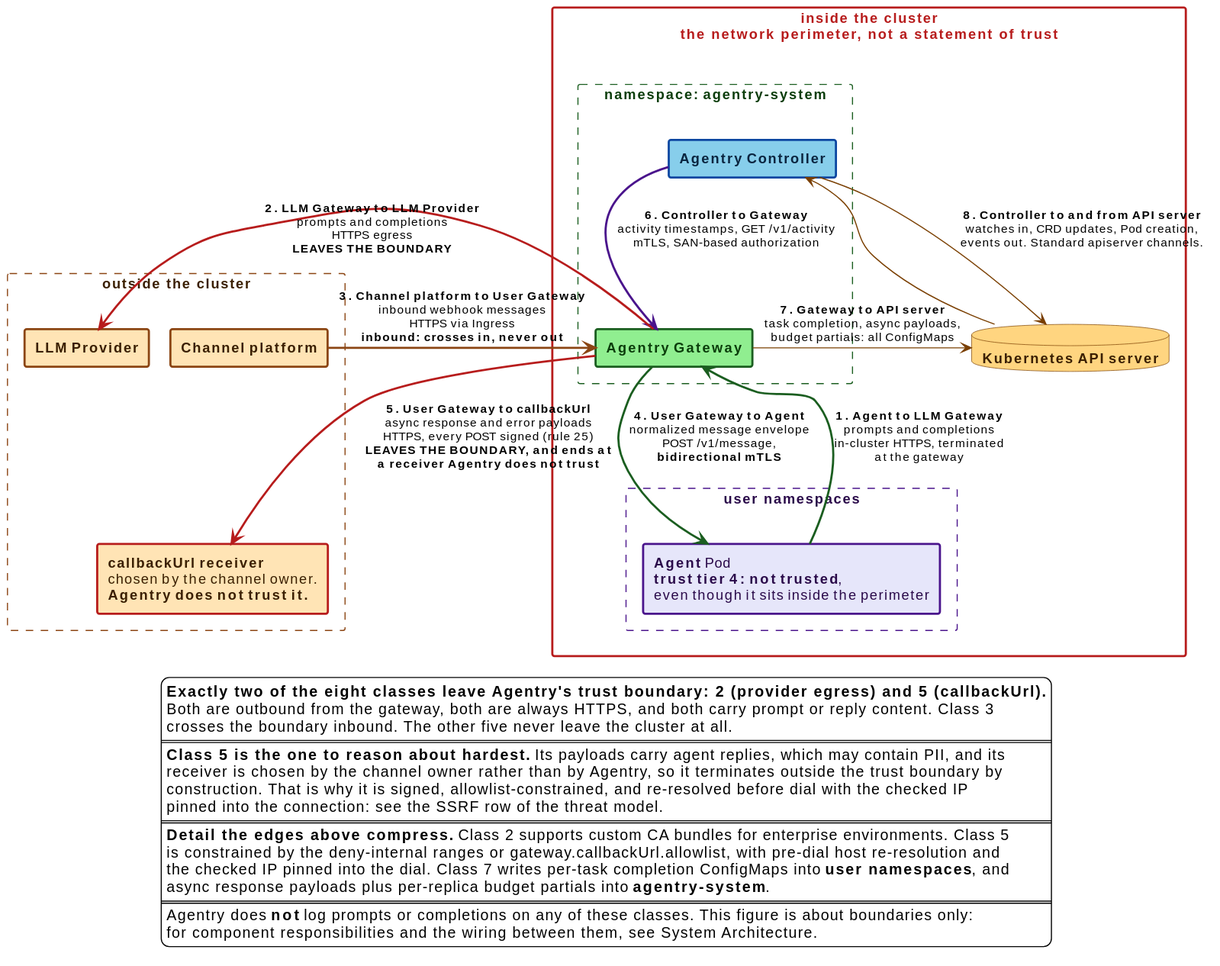
win07xp/kaalm keeps this PlantUML diagram as docs/src/diagrams/trust-boundaries.svg. Above is the earlier version.
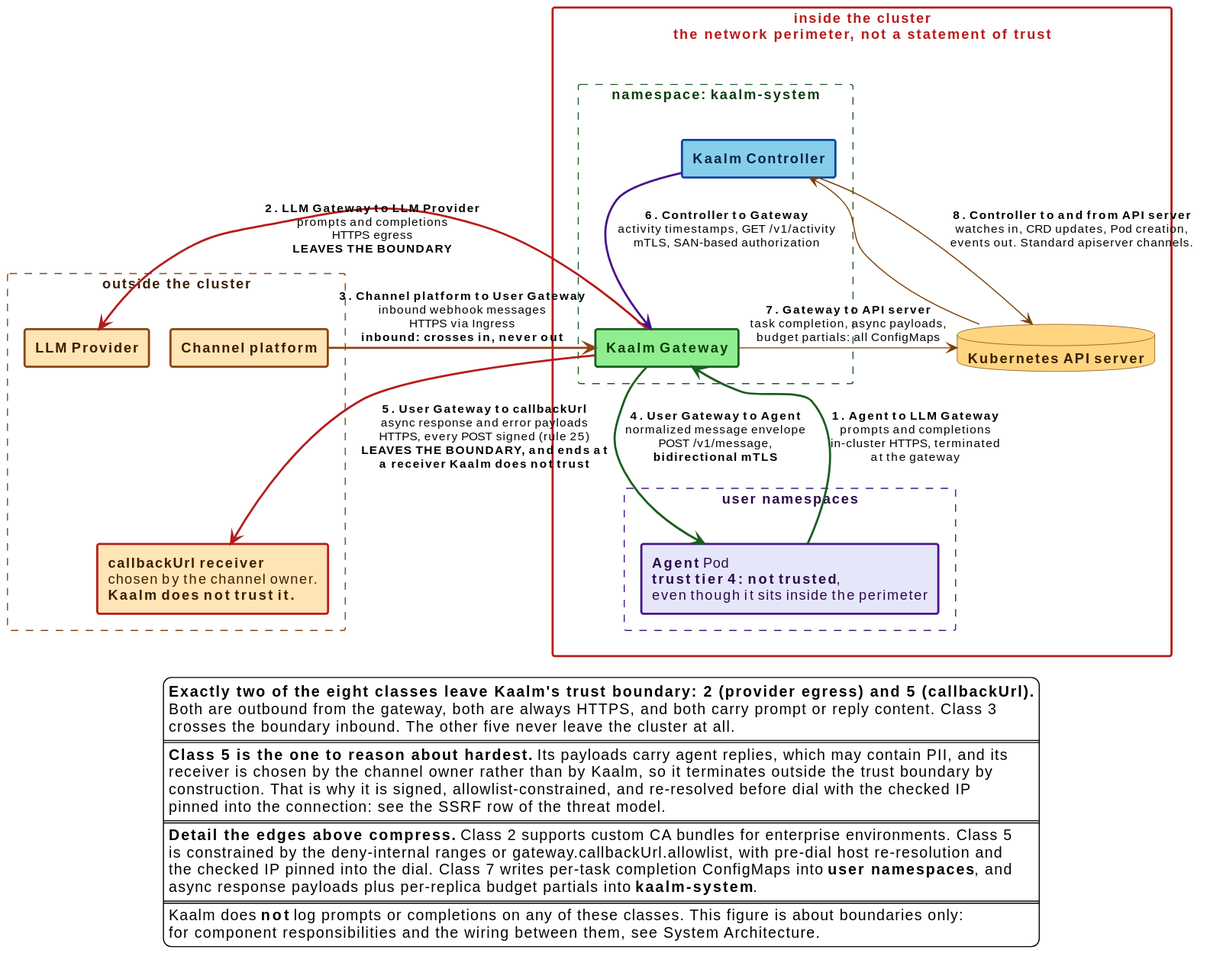
The same diagram one commit later.

What changed in the source:
```diff
@@ -10,9 +10,9 @@
 
 rectangle "**inside the cluster**\nthe network perimeter, not a statement of trust" as TB #line:B71C1C;line.bold;text:B71C1C {
 
-  rectangle "namespace: **agentry-system**" as nssys #line:1B5E20;line.dashed;text:0b3d0b {
-    rectangle "**Agentry Gateway**" as GW #back:90EE90;line:1B5E20;line.bold;text:0b3d0b
-    rectangle "**Agentry Controller**" as CTRL #back:87CEEB;line:0D47A1;line.bold;text:0a2540
+  rectangle "namespace: **kaalm-system**" as nssys #line:1B5E20;line.dashed;text:0b3d0b {
+    rectangle "**Kaalm Gateway**" as GW #back:90EE90;line:1B5E20;line.bold;text:0b3d0b
+    rectangle "**Kaalm Controller**" as CTRL #back:87CEEB;line:0D47A1;line.bold;text:0a2540
   }
 
   rectangle "**user namespaces**" as nsuser #line:4A148C;line.dashed;text:2a0a4a {
@@ -25,7 +25,7 @@
 rectangle "**outside the cluster**" as OUT #line:8B4513;line.dashed;text:3a1f00 {
   rectangle "**Channel platform**" as PLAT #back:FFE4B5;line:8B4513;line.bold;text:3a1f00
   rectangle "**LLM Provider**" as LLM #back:FFE4B5;line:8B4513;line.bold;text:3a1f00
-  rectangle "**callbackUrl receiver**\nchosen by the channel owner.\n**Agentry does not trust it.**" as CB #back:FFE4B5;line:B71C1C;line.bold;text:3a1f00
+  rectangle "**callbackUrl receiver**\nchosen by the channel owner.\n**Kaalm does not trust it.**" as CB #back:FFE4B5;line:B71C1C;line.bold;text:3a1f00
 }
 
 AG -[#1B5E20,bold]-> GW : **1. Agent to LLM Gateway**\nprompts and completions\nin-cluster HTTPS, terminated\nat the gateway
@@ -43,26 +43,26 @@
 
 GW -[#B71C1C,bold]-> LLM : **2. LLM Gateway to LLM Provider**\nprompts and completions\nHTTPS egress\n**LEAVES THE BOUNDARY**
 
-GW -[#B71C1C,bold]-> CB : **5. User Gateway to callbackUrl**\nasync response and error payloads\nHTTPS, every POST signed (rule 25)\n**LEAVES THE BOUNDARY, and ends at**\n**a receiver Agentry does not trust**
+GW -[#B71C1C,bold]-> CB : **5. User Gateway to callbackUrl**\nasync response and error payloads\nHTTPS, every POST signed (rule 25)\n**LEAVES THE BOUNDARY, and ends at**\n**a receiver Kaalm does not trust**
 
 PLAT -[hidden]down- CB
 
 legend bottom
-  **Exactly two of the eight classes leave Agentry's trust boundary: 2 (provider egress) and 5 (callbackUrl).**
+  **Exactly two of the eight classes leave Kaalm's trust boundary: 2 (provider egress) and 5 (callbackUrl).**
   Both are outbound from the gateway, both are always HTTPS, and both carry prompt or reply content. Class 3
   crosses the boundary inbound. The other five never leave the cluster at all.
   ====
   **Class 5 is the one to reason about hardest.** Its payloads carry agent replies, which may contain PII, and its
-  receiver is chosen by the channel owner rather than by Agentry, so it terminates outside the trust boundary by
+  receiver is chosen by the channel owner rather than by Kaalm, so it terminates outside the trust boundary by
   construction. That is why it is signed, allowlist-constrained, and re-resolved before dial with the checked IP
   pinned into the connection: see the SSRF row of the threat model.
   ====
   **Detail the edges above compress.** Class 2 supports custom CA bundles for enterprise environments. Class 5
   is constrained by the deny-internal ranges or gateway.callbackUrl.allowlist, with pre-dial host re-resolution and
   the checked IP pinned into the dial. Class 7 writes per-task completion ConfigMaps into **user namespaces**, and
-  async response payloads plus per-replica budget partials into **agentry-system**.
+  async response payloads plus per-replica budget partials into **kaalm-system**.
   ====
-  Agentry does **not** log prompts or completions on any of these classes. This figure is about boundaries only:
+  Kaalm does **not** log prompts or completions on any of these classes. This figure is about boundaries only:
   for component responsibilities and the wiring between them, see System Architecture.
 endlegend
 @enduml
```
